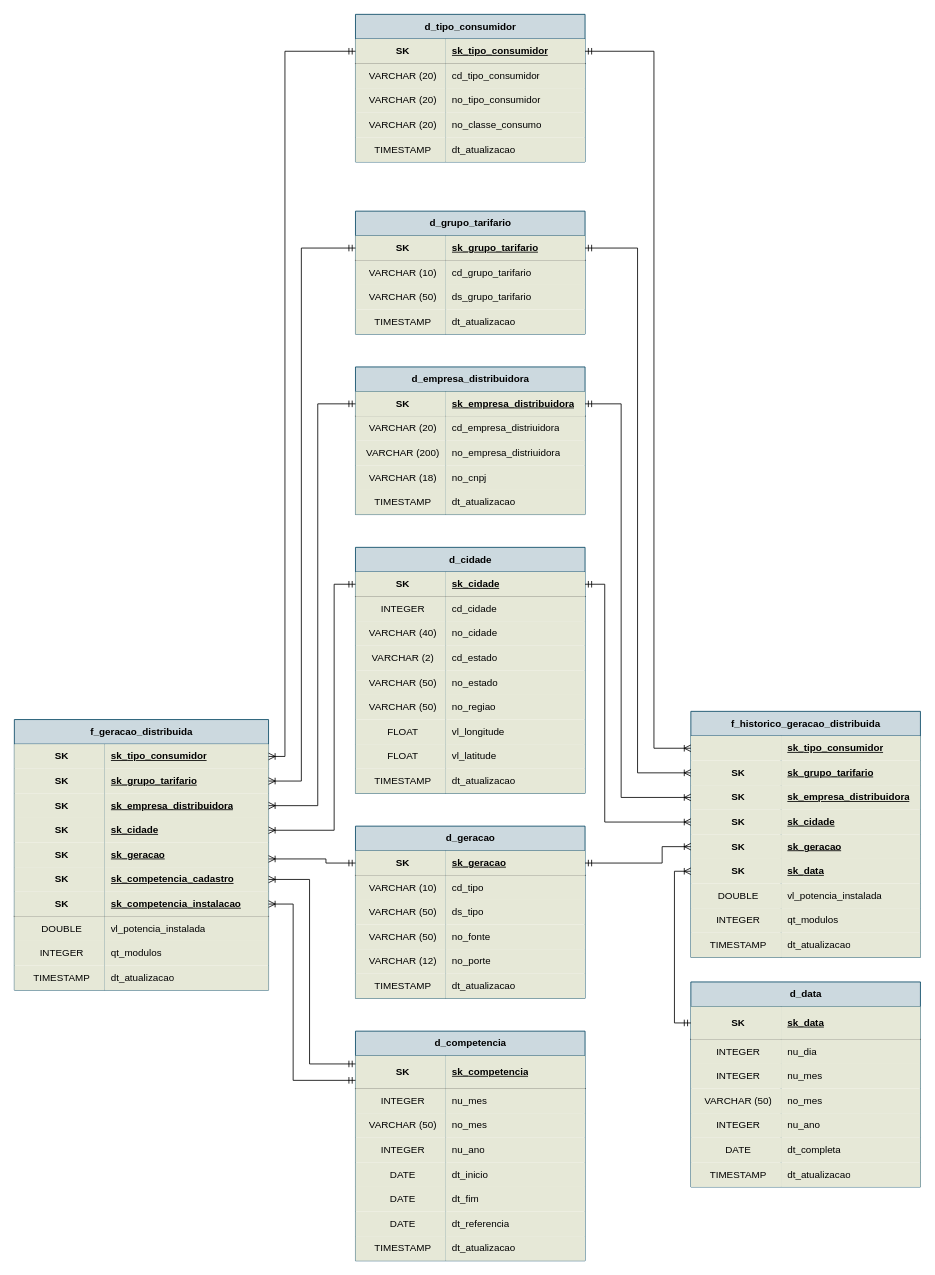
Above: docs/modelagem/Modelagem_Geração_Distribuída.drawio in LTSobral/Ufes-GDB-DW-2025 (draw.io), before the change. Source tidied: cells renumbered, new cells numbered last; positions are measured from the earlier drawing's top-left corner, leaving out a move shared by most shapes. Both pictures are drawn from the tidied source at 82%, with x=0, y=0 at pixel (14, 14).
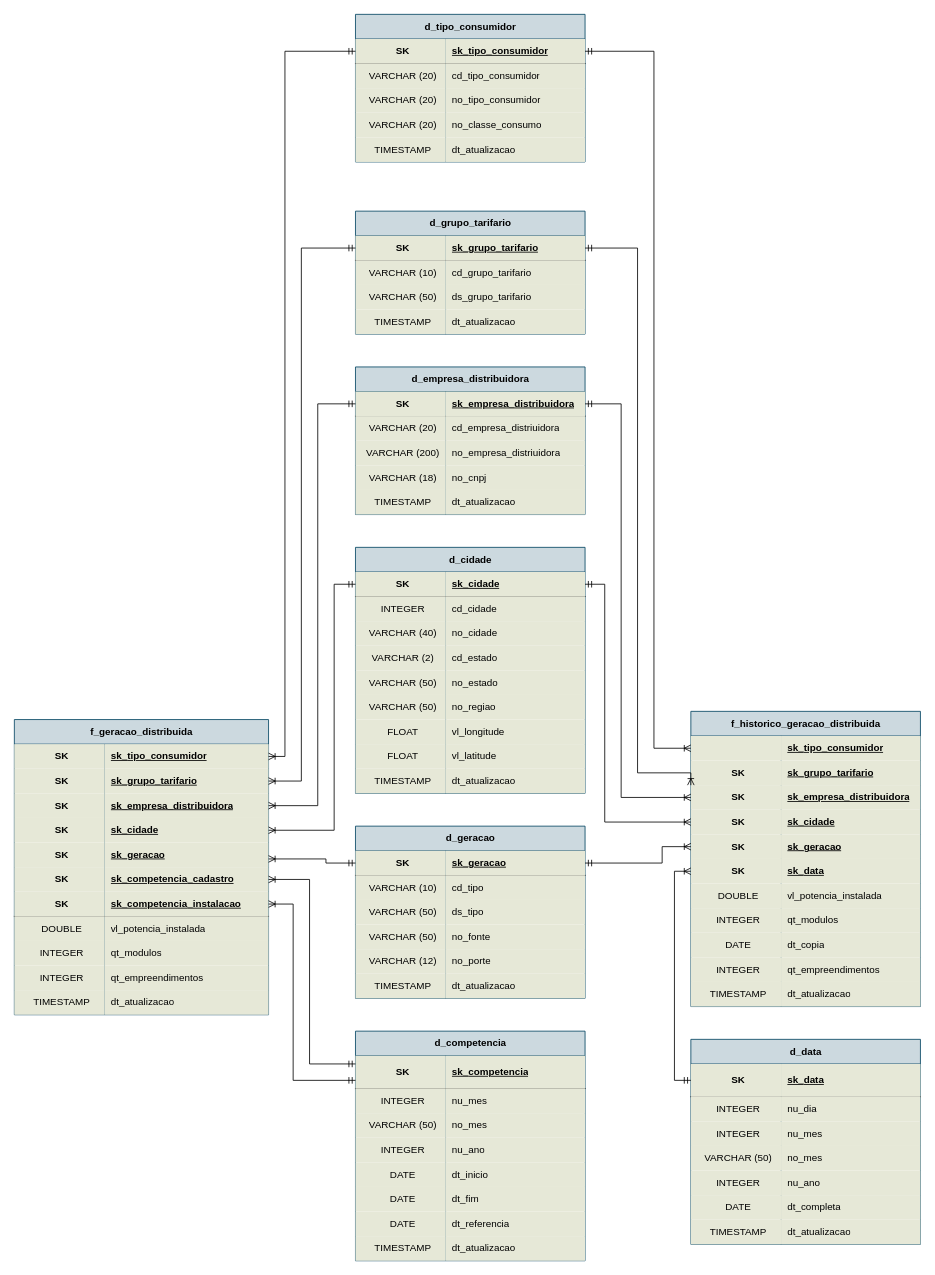
The same diagram, later.

Change to the diagram source:
```diff
@@
     <mxCell id="78" value="f_geracao_distribuida" style="shape=table;startSize=30;childLayout=tableLayout;rowLines=0;fontStyle=1;align=center;html=1;fillColor=#CCD9DF;strokeColor=#024461;fillStyle=auto;" parent="1" vertex="1">
-      <mxGeometry y="860" width="310" height="330" as="geometry" />
+      <mxGeometry y="860" width="310" height="360" as="geometry" />
     </mxCell>
@@
+    <mxCell id="213" style="shape=tableRow;horizontal=0;startSize=0;swimlaneHead=0;swimlaneBody=0;fillColor=none;top=0;left=0;right=0;bottom=0;" parent="78" vertex="1">
+      <mxGeometry y="300" width="310" height="30" as="geometry" />
+    </mxCell>
+    <mxCell id="214" value="INTEGER" style="shape=partialRectangle;fillColor=#E6E8D7;top=0;left=0;bottom=0;right=0;overflow=hidden;whiteSpace=wrap;html=1;strokeColor=#024461;align=center;verticalAlign=middle;spacingLeft=6;fontFamily=Helvetica;fontSize=12;fontColor=default;" parent="213" vertex="1">
+      <mxGeometry width="110" height="30" as="geometry" />
+    </mxCell>
+    <mxCell id="215" value="qt_empreendimentos" style="shape=partialRectangle;fillColor=#E6E8D7;top=0;left=0;bottom=0;right=0;align=left;spacingLeft=6;overflow=hidden;whiteSpace=wrap;html=1;strokeColor=inherit;verticalAlign=middle;fontFamily=Helvetica;fontSize=12;fontColor=default;" parent="213" vertex="1">
+      <mxGeometry x="110" width="200" height="30" as="geometry" />
+    </mxCell>
     <mxCell id="106" style="shape=tableRow;horizontal=0;startSize=0;swimlaneHead=0;swimlaneBody=0;fillColor=none;top=0;left=0;right=0;bottom=0;" parent="78" vertex="1">
-      <mxGeometry y="300" width="310" height="30" as="geometry" />
+      <mxGeometry y="330" width="310" height="30" as="geometry" />
     </mxCell>
@@
     <mxCell id="137" value="d_data" style="shape=table;startSize=30;childLayout=tableLayout;rowLines=0;fontStyle=1;align=center;html=1;fillColor=#CCD9DF;strokeColor=#024461;fillStyle=auto;" parent="1" vertex="1">
-      <mxGeometry x="825" y="1180" width="280" height="250" as="geometry" />
+      <mxGeometry x="825" y="1250" width="280" height="250" as="geometry" />
     </mxCell>
@@
     <mxCell id="159" value="f_historico_geracao_distribuida" style="shape=table;startSize=30;childLayout=tableLayout;rowLines=0;fontStyle=1;align=center;html=1;fillColor=#CCD9DF;strokeColor=#024461;fillStyle=auto;" parent="1" vertex="1">
-      <mxGeometry x="825" y="850" width="280" height="300" as="geometry" />
+      <mxGeometry x="825" y="850" width="280" height="360" as="geometry" />
     </mxCell>
@@
+    <mxCell id="216" style="shape=tableRow;horizontal=0;startSize=0;swimlaneHead=0;swimlaneBody=0;fillColor=none;top=0;left=0;right=0;bottom=0;" parent="159" vertex="1">
+      <mxGeometry y="270" width="280" height="30" as="geometry" />
+    </mxCell>
+    <mxCell id="217" value="DATE" style="shape=partialRectangle;fillColor=#E6E8D7;top=0;left=0;bottom=0;right=0;overflow=hidden;whiteSpace=wrap;html=1;strokeColor=#024461;align=center;verticalAlign=middle;spacingLeft=6;fontFamily=Helvetica;fontSize=12;fontColor=default;" parent="216" vertex="1">
+      <mxGeometry width="110" height="30" as="geometry" />
+    </mxCell>
+    <mxCell id="218" value="dt_copia" style="shape=partialRectangle;fillColor=#E6E8D7;top=0;left=0;bottom=0;right=0;align=left;spacingLeft=6;overflow=hidden;whiteSpace=wrap;html=1;strokeColor=inherit;verticalAlign=middle;fontFamily=Helvetica;fontSize=12;fontColor=default;" parent="216" vertex="1">
+      <mxGeometry x="110" width="170" height="30" as="geometry" />
+    </mxCell>
+    <mxCell id="219" style="shape=tableRow;horizontal=0;startSize=0;swimlaneHead=0;swimlaneBody=0;fillColor=none;top=0;left=0;right=0;bottom=0;" parent="159" vertex="1">
+      <mxGeometry y="300" width="280" height="30" as="geometry" />
+    </mxCell>
+    <mxCell id="220" value="INTEGER" style="shape=partialRectangle;fillColor=#E6E8D7;top=0;left=0;bottom=0;right=0;overflow=hidden;whiteSpace=wrap;html=1;strokeColor=#024461;align=center;verticalAlign=middle;spacingLeft=6;fontFamily=Helvetica;fontSize=12;fontColor=default;" parent="219" vertex="1">
+      <mxGeometry width="110" height="30" as="geometry" />
+    </mxCell>
+    <mxCell id="221" value="qt_empreendimentos" style="shape=partialRectangle;fillColor=#E6E8D7;top=0;left=0;bottom=0;right=0;align=left;spacingLeft=6;overflow=hidden;whiteSpace=wrap;html=1;strokeColor=inherit;verticalAlign=middle;fontFamily=Helvetica;fontSize=12;fontColor=default;" parent="219" vertex="1">
+      <mxGeometry x="110" width="170" height="30" as="geometry" />
+    </mxCell>
     <mxCell id="184" style="shape=tableRow;horizontal=0;startSize=0;swimlaneHead=0;swimlaneBody=0;fillColor=none;top=0;left=0;right=0;bottom=0;" parent="159" vertex="1">
-      <mxGeometry y="270" width="280" height="30" as="geometry" />
+      <mxGeometry y="330" width="280" height="30" as="geometry" />
     </mxCell>
```
